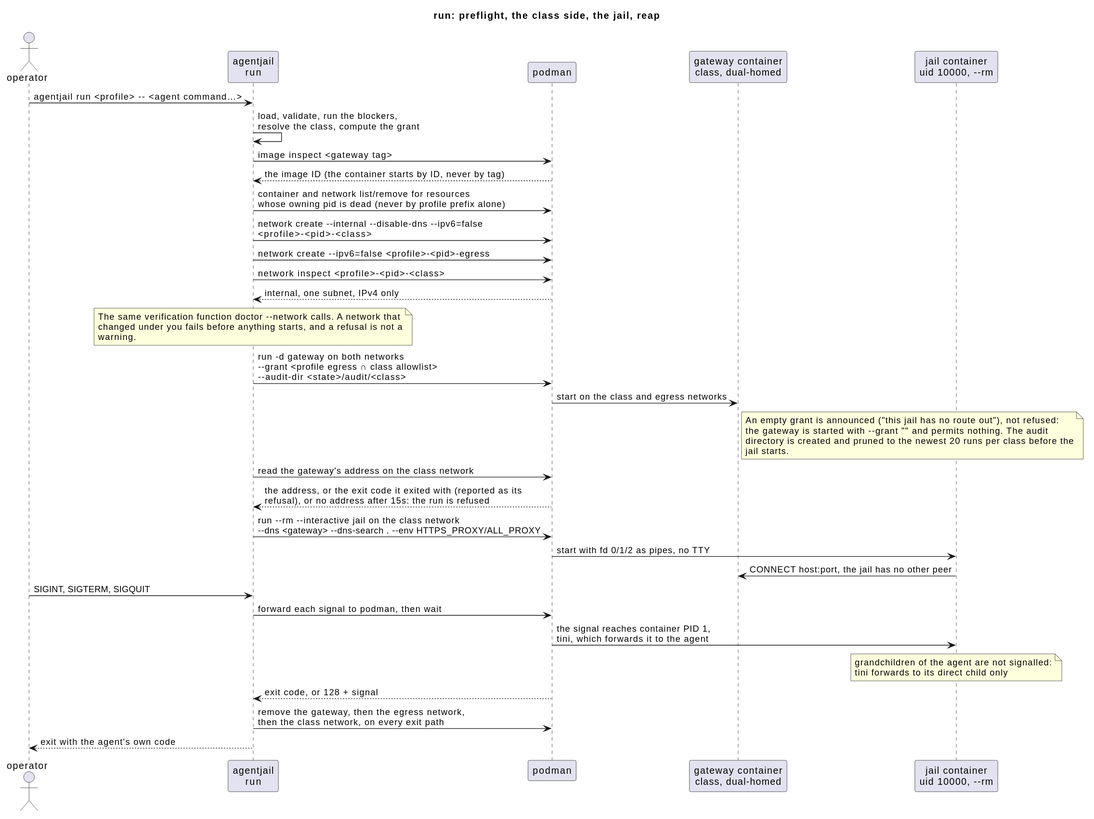
This is docs/diagrams/run-lifecycle.svg from Breinich/agentjail, a PlantUML export, as it was before one commit.
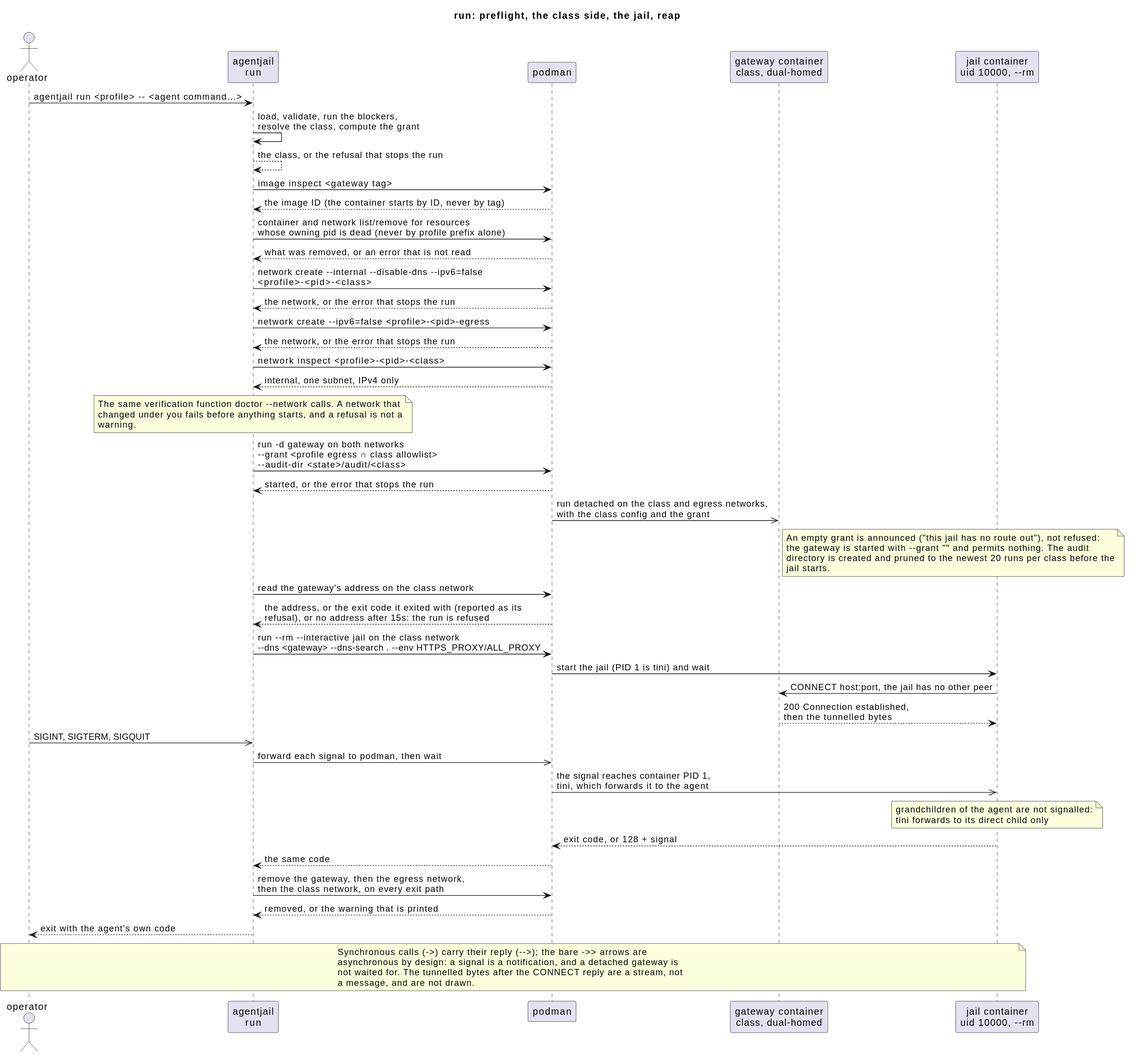
The same file after the commit.

Commit message:
diagrams: every synchronous call carries its reply

The edit, as a diff of the source:
```diff
@@ -9,11 +9,15 @@
 
 H -> C : agentjail run <profile> &#45;&#45; <agent command…>
 C -> C : load, validate, run the blockers,\nresolve the class, compute the grant
+C --> C : the class, or the refusal that stops the run
 C -> P : image inspect <gateway tag>
 P --> C : the image ID (the container starts by ID, never by tag)
 C -> P : container and network list/remove for resources\nwhose owning pid is dead (never by profile prefix alone)
+P --> C : what was removed, or an error that is not read
 C -> P : network create &#45;&#45;internal &#45;&#45;disable-dns &#45;&#45;ipv6=false\n<profile>-<pid>-<class>
+P --> C : the network, or the error that stops the run
 C -> P : network create &#45;&#45;ipv6=false <profile>-<pid>-egress
+P --> C : the network, or the error that stops the run
 C -> P : network inspect <profile>-<pid>-<class>
 P --> C : internal, one subnet, IPv4 only
 note over C
@@ -22,7 +26,8 @@
   warning.
 end note
 C -> P : run -d gateway on both networks\n&#45;&#45;grant <profile egress ∩ class allowlist>\n&#45;&#45;audit-dir <state>/audit/<class>
-P -> G : start on the class and egress networks
+P --> C : started, or the error that stops the run
+P ->> G : run detached on the class and egress networks,\nwith the class config and the grant
 note right of G
   An empty grant is announced ("this jail has no route out"), not refused:
   the gateway is started with --grant "" and permits nothing. The audit
@@ -32,13 +37,22 @@
 C -> P : read the gateway's address on the class network
 P --> C : the address, or the exit code it exited with (reported as its\nrefusal), or no address after 15s: the run is refused
 C -> P : run &#45;&#45;rm &#45;&#45;interactive jail on the class network\n&#45;&#45;dns <gateway> &#45;&#45;dns-search . &#45;&#45;env HTTPS_PROXY/ALL_PROXY
-P -> J : start with fd 0/1/2 as pipes, no TTY
+P -> J : start the jail (PID 1 is tini) and wait
 J -> G : CONNECT host:port, the jail has no other peer
-H -> C : SIGINT, SIGTERM, SIGQUIT
-C -> P : forward each signal to podman, then wait
-P -> J : the signal reaches container PID 1,\ntini, which forwards it to the agent
+G --> J : 200 Connection established,\nthen the tunnelled bytes
+H ->> C : SIGINT, SIGTERM, SIGQUIT
+C ->> P : forward each signal to podman, then wait
+P ->> J : the signal reaches container PID 1,\ntini, which forwards it to the agent
 note over J : grandchildren of the agent are not signalled:\ntini forwards to its direct child only
-P --> C : exit code, or 128 + signal
+J --> P : exit code, or 128 + signal
+P --> C : the same code
 C -> P : remove the gateway, then the egress network,\nthen the class network, on every exit path
+P --> C : removed, or the warning that is printed
 C --> H : exit with the agent's own code
+note over H, J
+  Synchronous calls (->) carry their reply (-->); the bare ->> arrows are
+  asynchronous by design: a signal is a notification, and a detached gateway is
+  not waited for. The tunnelled bytes after the CONNECT reply are a stream, not
+  a message, and are not drawn.
+end note
 @enduml
```
